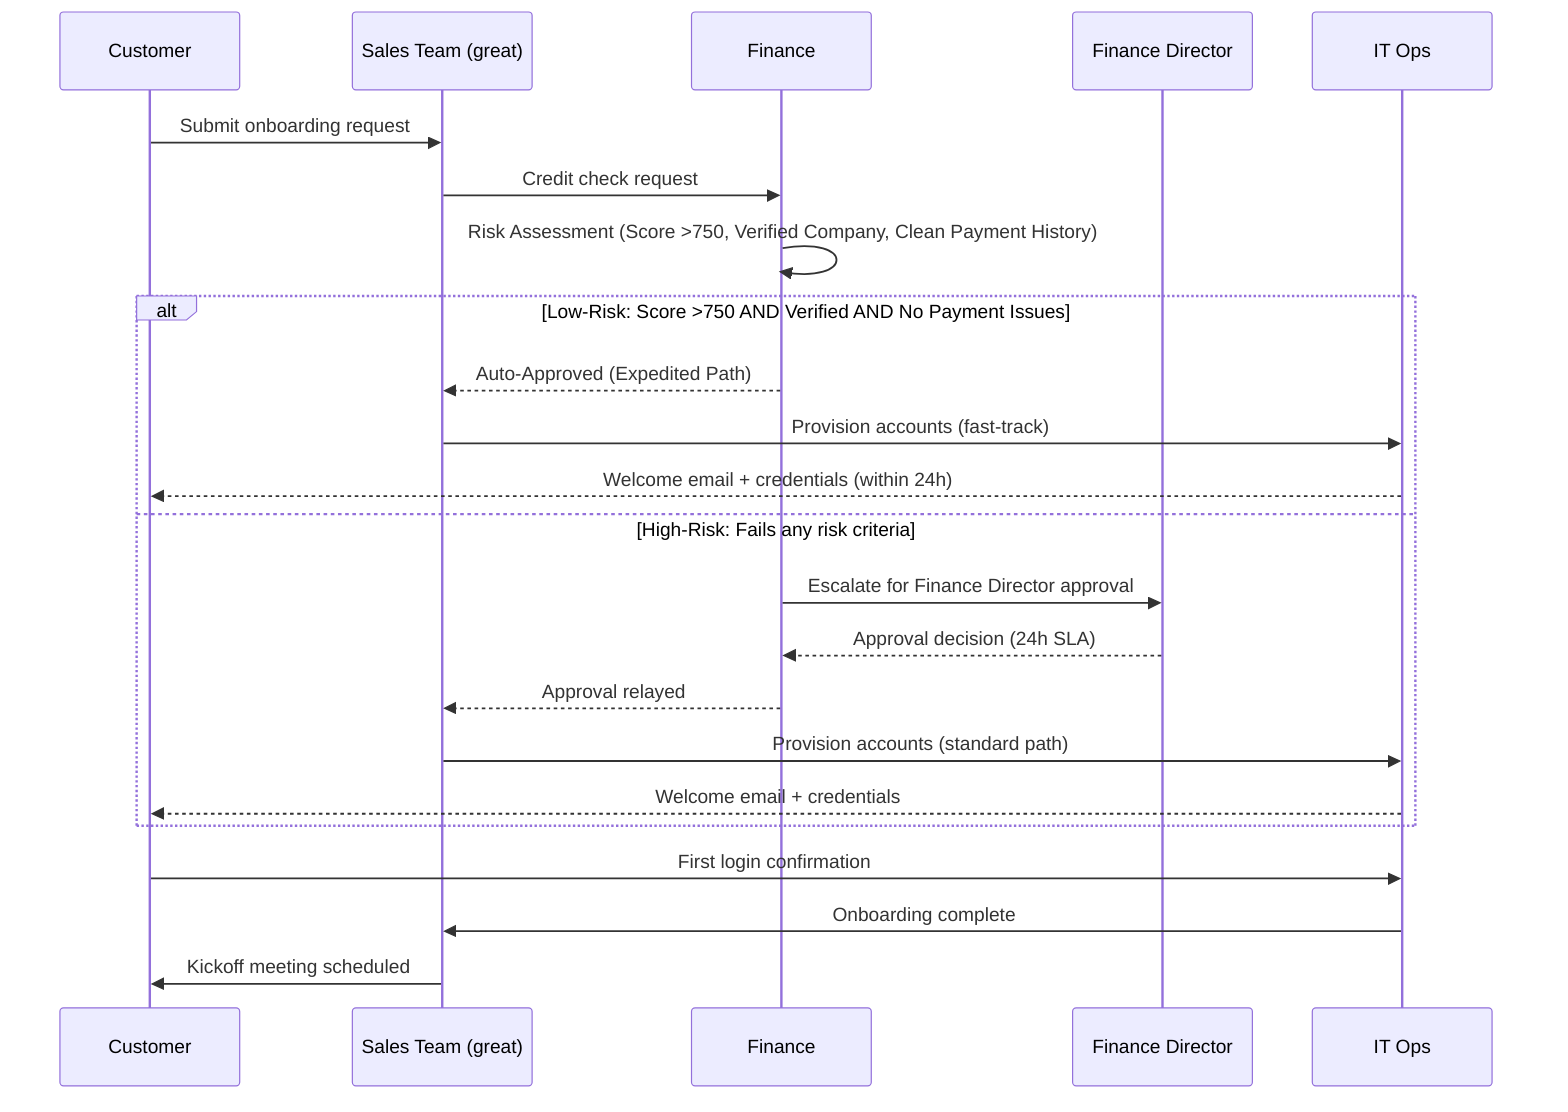
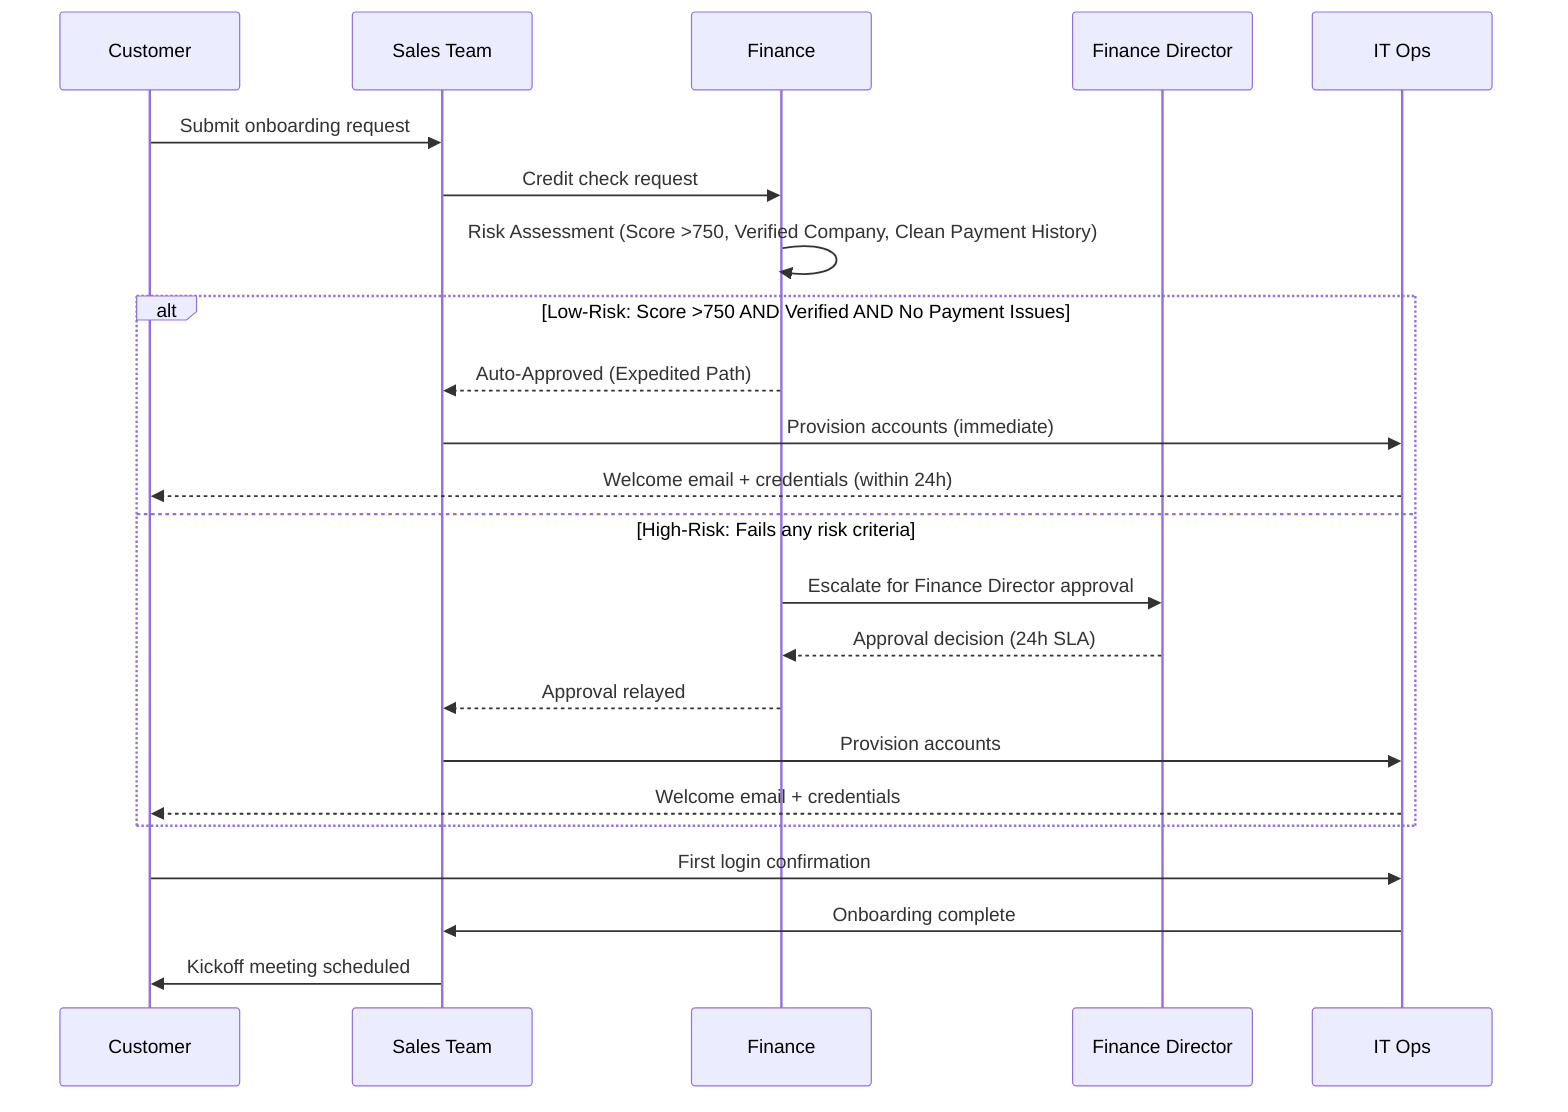
sequenceDiagram
    participant C as Customer
-     participant S as Sales Team (great)
+     participant S as Sales Team
    participant F as Finance
    participant FD as Finance Director
    participant IT as IT Ops

    C->>S: Submit onboarding request
    S->>F: Credit check request
    %% ⚡ CHANGED SECTION
    F->>F: Risk Assessment (Score >750, Verified Company, Clean Payment History)
    alt Low-Risk: Score >750 AND Verified AND No Payment Issues
        F-->>S: Auto-Approved (Expedited Path)
-         S->>IT: Provision accounts (fast-track)
+         S->>IT: Provision accounts (immediate)
        IT-->>C: Welcome email + credentials (within 24h)
    else High-Risk: Fails any risk criteria
        F->>FD: Escalate for Finance Director approval
        FD-->>F: Approval decision (24h SLA)
        F-->>S: Approval relayed
-         S->>IT: Provision accounts (standard path)
+         S->>IT: Provision accounts
        IT-->>C: Welcome email + credentials
    end
    %% END CHANGED SECTION
    C->>IT: First login confirmation
    IT->>S: Onboarding complete
    S->>C: Kickoff meeting scheduled

%% EXPLANATION:
- %% Added a Finance Director participant and a risk assessment step after the credit check. Introduced an alt/else block: low-risk customers (score >750, verified company status, clean payment history) are auto-approved and fast-tracked directly to account provisioning, while high-risk customers are escalated to the Finance Director for manual approval before proceeding through the standard provisioning path.+ %% Added a Finance Director participant and replaced the single approval flow with an alt/else block after the credit check. Low-risk customers (score >750, verified company status, clean payment history) are auto-approved by Finance and proceed directly to account provisioning on an expedited path. High-risk customers who fail any of the three criteria are escalated to the Finance Director for manual approval before provisioning, preserving the existing control workflow.